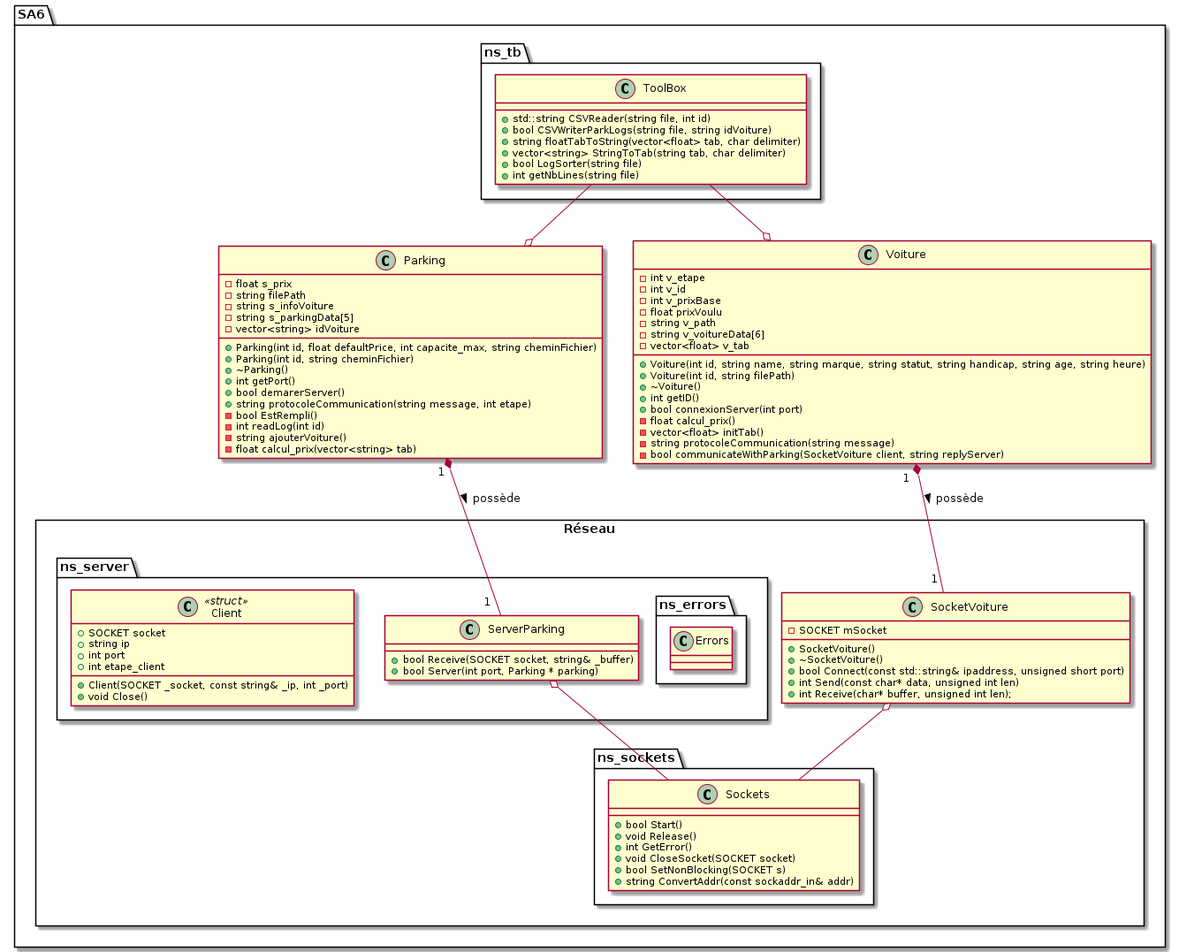
Before: SA6/doc/SA6_uml.png, a diagram exported from PlantUML (KevinFroissart/SA6_CarPark_AI).
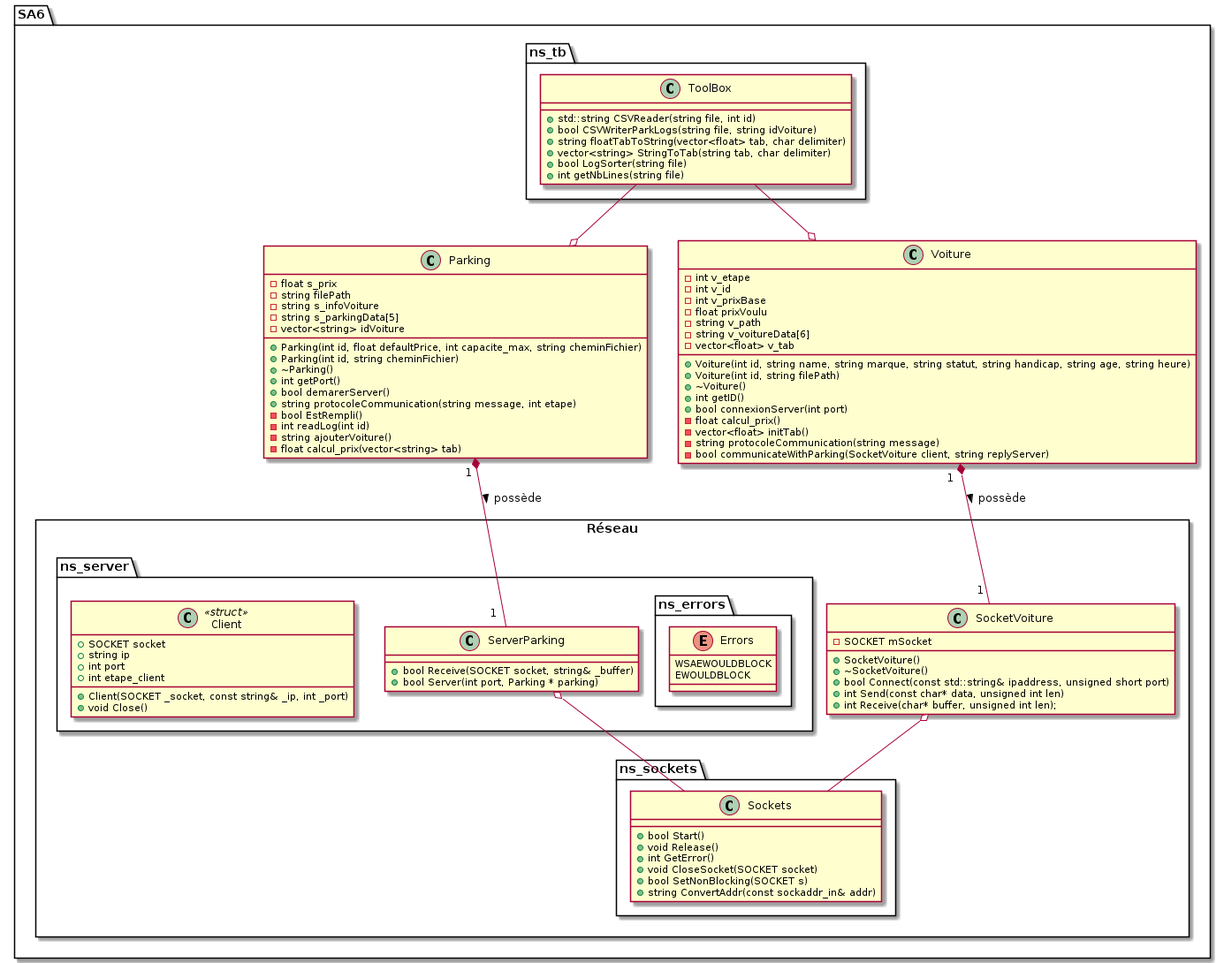
After the change.

Change to the diagram source:
```diff
@@ -61,8 +61,9 @@
             }
 
             package ns_errors {
-                Class Errors {
-
+                enum Errors {
+                    WSAEWOULDBLOCK
+                    EWOULDBLOCK
                 }
             }
 
```
